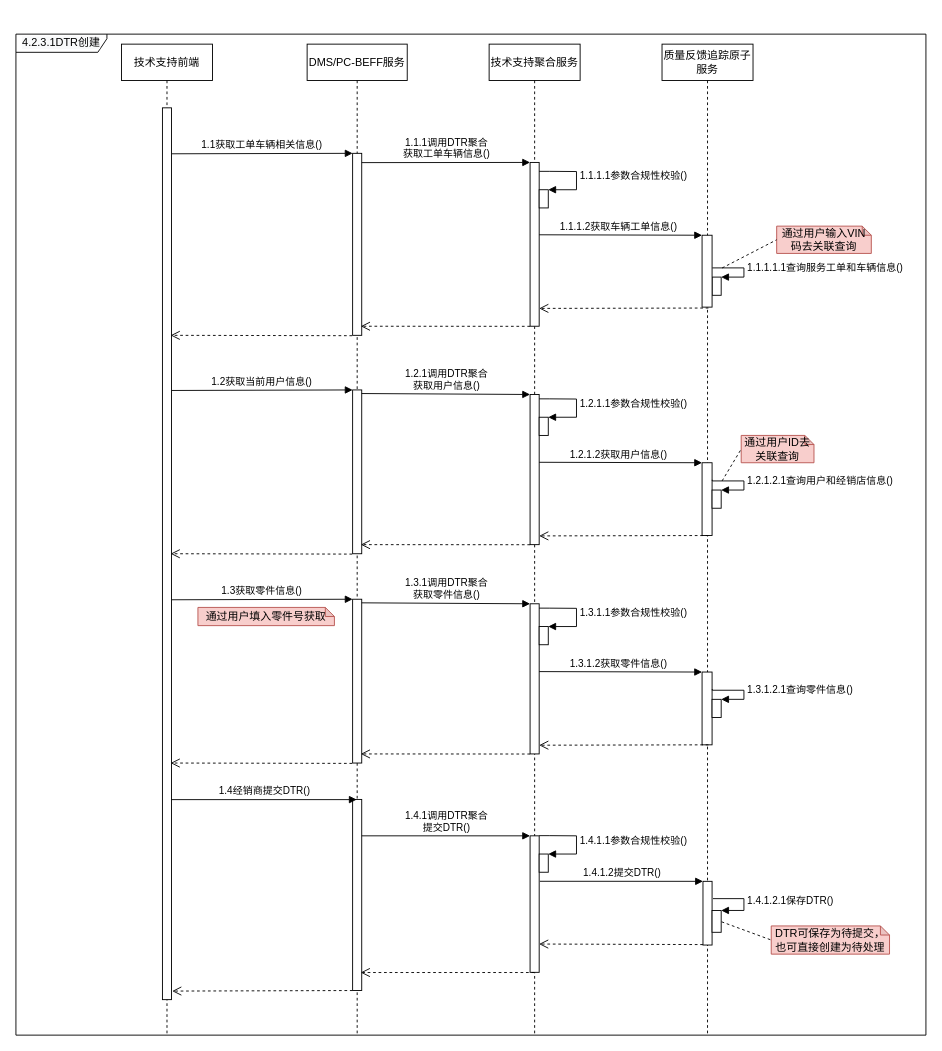
The draw.io diagram page "DTR行为设计-创建" (4 of 6) of images/DTR时序图.drawio in 1132489442/designer, before the edit. Source tidied: cells renumbered, new cells numbered last; positions are measured from the earlier drawing's top-left corner, leaving out a move shared by most shapes. Both pictures are drawn from the tidied source at 91%, with x=0, y=0 at pixel (15, 34).
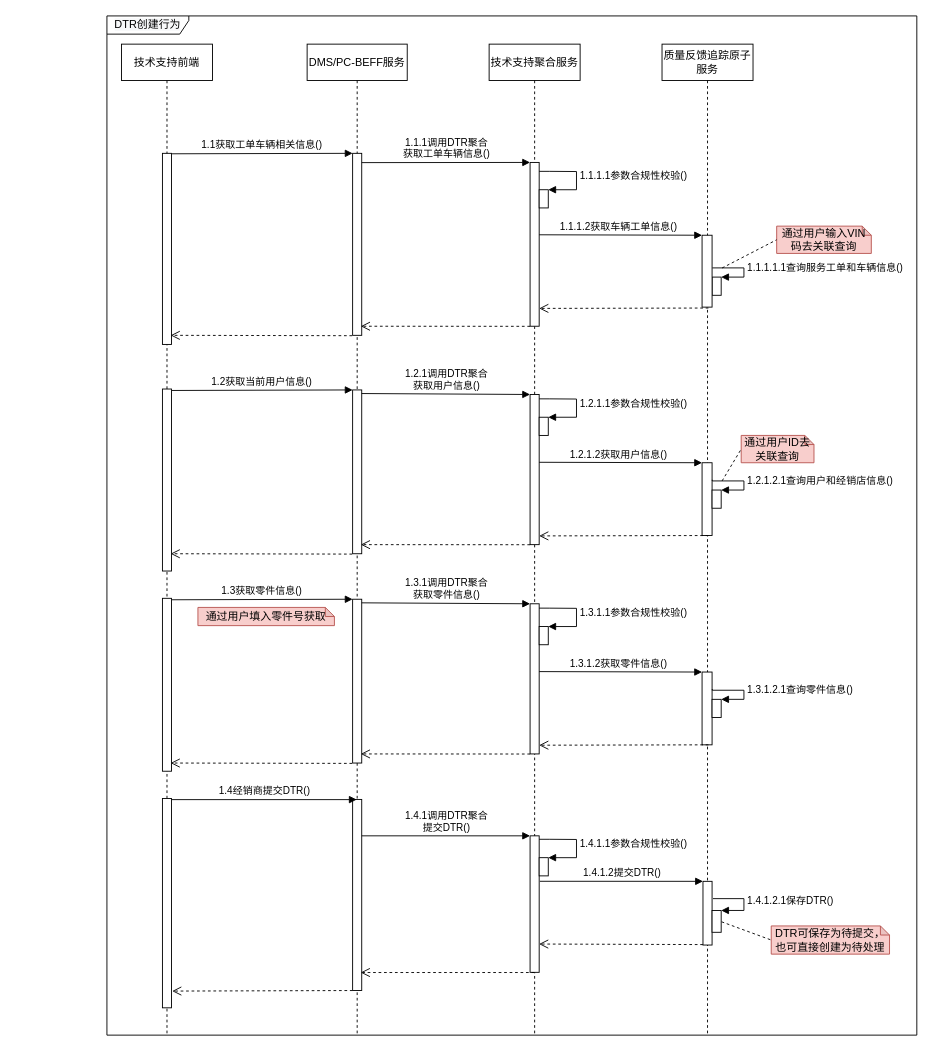
After the change.

The change refers to these unchanged cells:
```xml
<mxCell id="16" value="技术支持前端" style="shape=umlLifeline;perimeter=lifelinePerimeter;whiteSpace=wrap;html=1;" parent="1" vertex="1">
  <mxGeometry x="116" y="11" width="100" height="1089" as="geometry" />
</mxCell>
```

Change to the diagram source:
```diff
@@
-    <mxCell id="2" value="&lt;span style=&quot;background-color: rgb(248 , 249 , 250)&quot;&gt;4.2.3.1DTR创建&lt;/span&gt;" style="shape=umlFrame;whiteSpace=wrap;html=1;width=100;height=20;" parent="1" vertex="1">
-      <mxGeometry width="1000" height="1100" as="geometry" />
+    <mxCell id="2" value="&lt;span style=&quot;background-color: rgb(248 , 249 , 250)&quot;&gt;DTR创建行为&lt;/span&gt;" style="shape=umlFrame;whiteSpace=wrap;html=1;width=90;height=20;" parent="1" vertex="1">
+      <mxGeometry x="100" y="-20" width="890" height="1120" as="geometry" />
     </mxCell>
@@
     <mxCell id="17" style="html=1;perimeter=orthogonalPerimeter;" parent="16" vertex="1">
-      <mxGeometry x="45" y="70" width="10" height="980" as="geometry" />
+      <mxGeometry x="45" y="120" width="10" height="210" as="geometry" />
     </mxCell>
@@
     <mxCell id="51" style="html=1;points=[];perimeter=orthogonalPerimeter;" parent="1" vertex="1">
-      <mxGeometry x="575" y="901" width="10" height="20" as="geometry" />
+      <mxGeometry x="575" y="905" width="10" height="20" as="geometry" />
     </mxCell>
     <mxCell id="52" value="1.4.1.1参数合规性校验()" style="edgeStyle=orthogonalEdgeStyle;html=1;align=left;spacingLeft=2;endArrow=block;rounded=0;entryX=1;entryY=0;exitX=0.998;exitY=0.029;exitDx=0;exitDy=0;exitPerimeter=0;" parent="1" edge="1" target="51">
       <mxGeometry relative="1" as="geometry">
-        <mxPoint x="575" y="880.8" as="sourcePoint" />
+        <mxPoint x="575" y="884.8" as="sourcePoint" />
         <Array as="points">
-          <mxPoint x="586" y="881" />
-          <mxPoint x="616" y="881" />
-          <mxPoint x="616" y="901" />
+          <mxPoint x="586" y="885" />
+          <mxPoint x="616" y="885" />
+          <mxPoint x="616" y="905" />
         </Array>
       </mxGeometry>
     </mxCell>
@@
+    <mxCell id="67" style="html=1;perimeter=orthogonalPerimeter;" parent="1" vertex="1">
+      <mxGeometry x="161" y="390" width="10" height="200" as="geometry" />
+    </mxCell>
+    <mxCell id="68" style="html=1;perimeter=orthogonalPerimeter;" parent="1" vertex="1">
+      <mxGeometry x="161" y="620" width="10" height="190" as="geometry" />
+    </mxCell>
+    <mxCell id="69" style="html=1;perimeter=orthogonalPerimeter;" parent="1" vertex="1">
+      <mxGeometry x="161" y="840" width="10" height="230" as="geometry" />
+    </mxCell>
```
